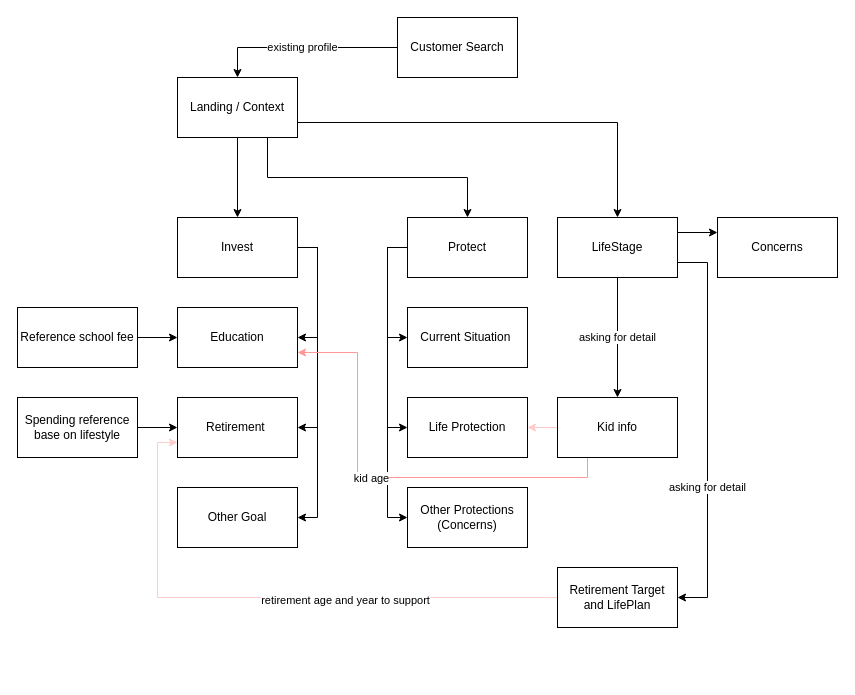
This is ai2.drawio from asahpchoi/a, a draw.io file, before an edit. Source tidied: cells renumbered, new cells numbered last; positions are measured from the earlier drawing's top-left corner, leaving out a move shared by most shapes. Both pictures are drawn from the tidied source at 100%, with x=0, y=0 at pixel (17, 17).
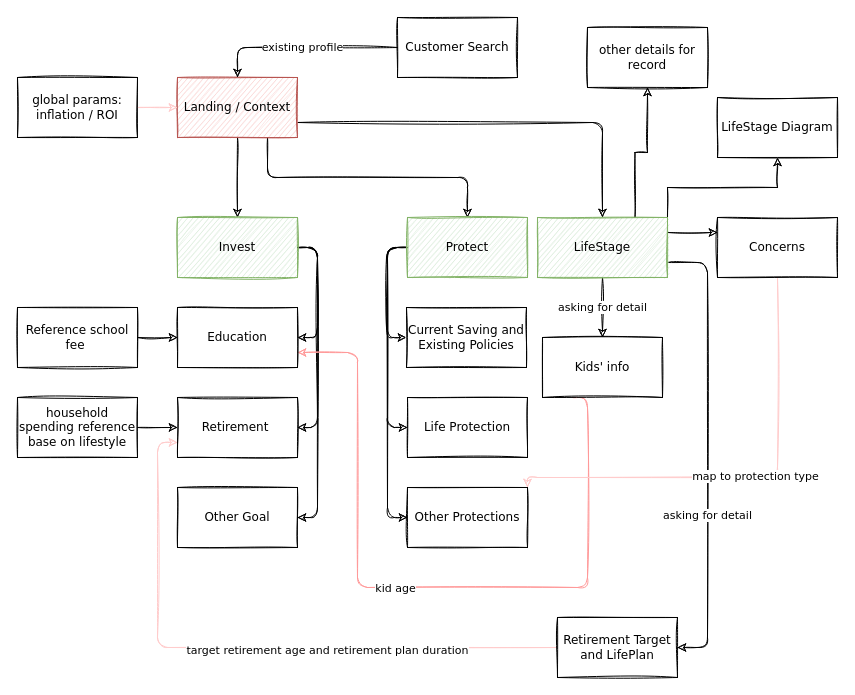
After the change.

What changed in the source:
```diff
@@
-    <mxCell id="2" style="edgeStyle=orthogonalEdgeStyle;rounded=0;jettySize=auto;html=1;exitX=0.5;exitY=1;exitDx=0;exitDy=0;entryX=0.5;entryY=0;entryDx=0;entryDy=0;" parent="1" edge="1" source="5" target="9">
+    <mxCell id="2" style="edgeStyle=orthogonalEdgeStyle;jettySize=auto;html=1;exitX=0.5;exitY=1;exitDx=0;exitDy=0;entryX=0.5;entryY=0;entryDx=0;entryDy=0;sketch=1;fontFamily=Verdana;" parent="1" edge="1" source="5" target="9">
       <mxGeometry relative="1" as="geometry" />
     </mxCell>
-    <mxCell id="3" style="edgeStyle=orthogonalEdgeStyle;rounded=0;jettySize=auto;html=1;exitX=0.75;exitY=1;exitDx=0;exitDy=0;" parent="1" edge="1" source="5" target="15">
+    <mxCell id="3" style="edgeStyle=orthogonalEdgeStyle;jettySize=auto;html=1;exitX=0.75;exitY=1;exitDx=0;exitDy=0;sketch=1;fontFamily=Verdana;" parent="1" edge="1" source="5" target="15">
       <mxGeometry relative="1" as="geometry" />
     </mxCell>
-    <mxCell id="4" style="edgeStyle=orthogonalEdgeStyle;rounded=0;jettySize=auto;html=1;exitX=1;exitY=0.75;exitDx=0;exitDy=0;entryX=0.5;entryY=0;entryDx=0;entryDy=0;" parent="1" edge="1" source="5" target="19">
+    <mxCell id="4" style="edgeStyle=orthogonalEdgeStyle;jettySize=auto;html=1;exitX=1;exitY=0.75;exitDx=0;exitDy=0;entryX=0.5;entryY=0;entryDx=0;entryDy=0;sketch=1;fontFamily=Verdana;" parent="1" edge="1" source="5" target="19">
       <mxGeometry relative="1" as="geometry" />
     </mxCell>
-    <mxCell id="5" value="Landing / Context" style="rounded=0;whiteSpace=wrap;html=1;" parent="1" vertex="1">
+    <mxCell id="5" value="Landing / Context" style="whiteSpace=wrap;html=1;sketch=1;fontFamily=Verdana;fillColor=#f8cecc;strokeColor=#b85450;" parent="1" vertex="1">
       <mxGeometry x="160" y="60" width="120" height="60" as="geometry" />
     </mxCell>
-    <mxCell id="6" style="edgeStyle=orthogonalEdgeStyle;rounded=0;jettySize=auto;html=1;exitX=1;exitY=0.5;exitDx=0;exitDy=0;entryX=1;entryY=0.5;entryDx=0;entryDy=0;" parent="1" edge="1" source="9" target="28">
+    <mxCell id="6" style="edgeStyle=orthogonalEdgeStyle;jettySize=auto;html=1;exitX=1;exitY=0.5;exitDx=0;exitDy=0;entryX=1;entryY=0.5;entryDx=0;entryDy=0;sketch=1;fontFamily=Verdana;" parent="1" edge="1" source="9" target="28">
       <mxGeometry relative="1" as="geometry" />
     </mxCell>
-    <mxCell id="7" style="edgeStyle=orthogonalEdgeStyle;rounded=0;jettySize=auto;html=1;exitX=1;exitY=0.5;exitDx=0;exitDy=0;entryX=1;entryY=0.5;entryDx=0;entryDy=0;" parent="1" edge="1" source="9" target="29">
+    <mxCell id="7" style="edgeStyle=orthogonalEdgeStyle;jettySize=auto;html=1;exitX=1;exitY=0.5;exitDx=0;exitDy=0;entryX=1;entryY=0.5;entryDx=0;entryDy=0;sketch=1;fontFamily=Verdana;" parent="1" edge="1" source="9" target="29">
       <mxGeometry relative="1" as="geometry" />
     </mxCell>
-    <mxCell id="8" style="edgeStyle=orthogonalEdgeStyle;rounded=0;jettySize=auto;html=1;exitX=1;exitY=0.5;exitDx=0;exitDy=0;entryX=1;entryY=0.5;entryDx=0;entryDy=0;" parent="1" edge="1" source="9" target="30">
+    <mxCell id="8" style="edgeStyle=orthogonalEdgeStyle;jettySize=auto;html=1;exitX=1;exitY=0.5;exitDx=0;exitDy=0;entryX=1;entryY=0.5;entryDx=0;entryDy=0;sketch=1;fontFamily=Verdana;" parent="1" edge="1" source="9" target="30">
       <mxGeometry relative="1" as="geometry" />
     </mxCell>
-    <mxCell id="9" value="Invest" style="rounded=0;whiteSpace=wrap;html=1;" parent="1" vertex="1">
+    <mxCell id="9" value="Invest" style="whiteSpace=wrap;html=1;sketch=1;fontFamily=Verdana;fillColor=#d5e8d4;strokeColor=#82b366;" parent="1" vertex="1">
       <mxGeometry x="160" y="200" width="120" height="60" as="geometry" />
     </mxCell>
-    <mxCell id="10" value="existing profile" style="edgeStyle=orthogonalEdgeStyle;rounded=0;jettySize=auto;html=1;exitX=0;exitY=0.5;exitDx=0;exitDy=0;entryX=0.5;entryY=0;entryDx=0;entryDy=0;" parent="1" edge="1" source="11" target="5">
+    <mxCell id="10" value="existing profile" style="edgeStyle=orthogonalEdgeStyle;jettySize=auto;html=1;exitX=0;exitY=0.5;exitDx=0;exitDy=0;entryX=0.5;entryY=0;entryDx=0;entryDy=0;sketch=1;fontFamily=Verdana;" parent="1" edge="1" source="11" target="5">
       <mxGeometry relative="1" as="geometry">
         <Array as="points">
           <mxPoint x="220" y="30" />
         </Array>
       </mxGeometry>
     </mxCell>
-    <mxCell id="11" value="Customer Search" style="rounded=0;whiteSpace=wrap;html=1;" parent="1" vertex="1">
+    <mxCell id="11" value="Customer Search" style="whiteSpace=wrap;html=1;sketch=1;fontFamily=Verdana;" parent="1" vertex="1">
       <mxGeometry x="380" width="120" height="60" as="geometry" />
     </mxCell>
-    <mxCell id="12" style="edgeStyle=orthogonalEdgeStyle;rounded=0;jettySize=auto;html=1;exitX=0;exitY=0.5;exitDx=0;exitDy=0;entryX=0;entryY=0.5;entryDx=0;entryDy=0;" parent="1" edge="1" source="15" target="25">
+    <mxCell id="12" style="edgeStyle=orthogonalEdgeStyle;jettySize=auto;html=1;exitX=0;exitY=0.5;exitDx=0;exitDy=0;entryX=0;entryY=0.5;entryDx=0;entryDy=0;sketch=1;fontFamily=Verdana;" parent="1" edge="1" source="15" target="25">
       <mxGeometry relative="1" as="geometry" />
     </mxCell>
-    <mxCell id="13" style="edgeStyle=orthogonalEdgeStyle;rounded=0;jettySize=auto;html=1;exitX=0;exitY=0.5;exitDx=0;exitDy=0;entryX=0;entryY=0.5;entryDx=0;entryDy=0;" parent="1" edge="1" source="15" target="26">
+    <mxCell id="13" style="edgeStyle=orthogonalEdgeStyle;jettySize=auto;html=1;exitX=0;exitY=0.5;exitDx=0;exitDy=0;entryX=0;entryY=0.5;entryDx=0;entryDy=0;sketch=1;fontFamily=Verdana;" parent="1" edge="1" source="15" target="26">
       <mxGeometry relative="1" as="geometry" />
     </mxCell>
-    <mxCell id="14" style="edgeStyle=orthogonalEdgeStyle;rounded=0;jettySize=auto;html=1;exitX=0;exitY=0.5;exitDx=0;exitDy=0;entryX=0;entryY=0.5;entryDx=0;entryDy=0;" parent="1" edge="1" source="15" target="27">
+    <mxCell id="14" style="edgeStyle=orthogonalEdgeStyle;jettySize=auto;html=1;exitX=0;exitY=0.5;exitDx=0;exitDy=0;entryX=0;entryY=0.5;entryDx=0;entryDy=0;sketch=1;fontFamily=Verdana;" parent="1" edge="1" source="15" target="27">
       <mxGeometry relative="1" as="geometry" />
     </mxCell>
-    <mxCell id="15" value="Protect" style="rounded=0;whiteSpace=wrap;html=1;" parent="1" vertex="1">
+    <mxCell id="15" value="Protect" style="whiteSpace=wrap;html=1;sketch=1;fontFamily=Verdana;fillColor=#d5e8d4;strokeColor=#82b366;" parent="1" vertex="1">
       <mxGeometry x="390" y="200" width="120" height="60" as="geometry" />
     </mxCell>
-    <mxCell id="16" style="edgeStyle=orthogonalEdgeStyle;rounded=0;jettySize=auto;html=1;exitX=1;exitY=0.25;exitDx=0;exitDy=0;entryX=0;entryY=0.25;entryDx=0;entryDy=0;" parent="1" edge="1" source="19" target="24">
+    <mxCell id="16" style="edgeStyle=orthogonalEdgeStyle;jettySize=auto;html=1;exitX=1;exitY=0.25;exitDx=0;exitDy=0;entryX=0;entryY=0.25;entryDx=0;entryDy=0;sketch=1;fontFamily=Verdana;" parent="1" edge="1" source="19" target="24">
       <mxGeometry relative="1" as="geometry" />
     </mxCell>
-    <mxCell id="17" value="asking for detail" style="edgeStyle=orthogonalEdgeStyle;rounded=0;jettySize=auto;html=1;exitX=0.5;exitY=1;exitDx=0;exitDy=0;" parent="1" edge="1" source="19" target="23">
+    <mxCell id="17" value="asking for detail" style="edgeStyle=orthogonalEdgeStyle;jettySize=auto;html=1;exitX=0.5;exitY=1;exitDx=0;exitDy=0;sketch=1;fontFamily=Verdana;" parent="1" edge="1" source="19" target="23">
       <mxGeometry relative="1" as="geometry" />
     </mxCell>
-    <mxCell id="18" value="asking for detail" style="edgeStyle=orthogonalEdgeStyle;rounded=0;jettySize=auto;html=1;exitX=1;exitY=0.75;exitDx=0;exitDy=0;entryX=1;entryY=0.5;entryDx=0;entryDy=0;" parent="1" edge="1" source="19" target="37">
+    <mxCell id="18" value="asking for detail" style="edgeStyle=orthogonalEdgeStyle;jettySize=auto;html=1;exitX=1;exitY=0.75;exitDx=0;exitDy=0;entryX=1;entryY=0.5;entryDx=0;entryDy=0;sketch=1;fontFamily=Verdana;" parent="1" edge="1" source="19" target="37">
       <mxGeometry x="0.29" relative="1" as="geometry">
         <Array as="points">
           <mxPoint x="690" y="245" />
-          <mxPoint x="690" y="580" />
+          <mxPoint x="690" y="630" />
         </Array>
       </mxGeometry>
     </mxCell>
+    <mxCell id="38" style="edgeStyle=orthogonalEdgeStyle;rounded=0;sketch=1;jettySize=auto;html=1;exitX=0.75;exitY=0;exitDx=0;exitDy=0;entryX=0.5;entryY=1;entryDx=0;entryDy=0;strokeColor=#000000;fillColor=#FFCCCC;fontFamily=Verdana;" parent="1" edge="1" source="19" target="44">
+      <mxGeometry relative="1" as="geometry" />
+    </mxCell>
+    <mxCell id="39" style="edgeStyle=orthogonalEdgeStyle;rounded=0;sketch=1;jettySize=auto;html=1;exitX=1;exitY=0;exitDx=0;exitDy=0;entryX=0.5;entryY=1;entryDx=0;entryDy=0;strokeColor=#000000;fillColor=#FFCCCC;fontFamily=Verdana;" parent="1" edge="1" source="19" target="45">
+      <mxGeometry relative="1" as="geometry" />
+    </mxCell>
-    <mxCell id="19" value="LifeStage" style="rounded=0;whiteSpace=wrap;html=1;" parent="1" vertex="1">
-      <mxGeometry x="540" y="200" width="120" height="60" as="geometry" />
+    <mxCell id="19" value="LifeStage" style="whiteSpace=wrap;html=1;sketch=1;fontFamily=Verdana;fillColor=#d5e8d4;strokeColor=#82b366;" parent="1" vertex="1">
+      <mxGeometry x="520" y="200" width="130" height="60" as="geometry" />
     </mxCell>
-    <mxCell id="20" style="edgeStyle=orthogonalEdgeStyle;rounded=0;jettySize=auto;html=1;entryX=1;entryY=0.5;entryDx=0;entryDy=0;fillColor=#FFCCCC;strokeColor=#FFCCCC;" parent="1" edge="1" source="23" target="26">
-      <mxGeometry relative="1" as="geometry" />
-    </mxCell>
-    <mxCell id="21" style="edgeStyle=orthogonalEdgeStyle;rounded=0;jettySize=auto;html=1;exitX=0.25;exitY=1;exitDx=0;exitDy=0;entryX=1;entryY=0.75;entryDx=0;entryDy=0;strokeColor=#FF9999;" parent="1" edge="1" source="23" target="28">
+    <mxCell id="21" style="edgeStyle=orthogonalEdgeStyle;jettySize=auto;html=1;exitX=0.25;exitY=1;exitDx=0;exitDy=0;entryX=1;entryY=0.75;entryDx=0;entryDy=0;strokeColor=#FF9999;sketch=1;fontFamily=Verdana;" parent="1" edge="1" source="23" target="28">
       <mxGeometry relative="1" as="geometry">
         <Array as="points">
-          <mxPoint x="570" y="460" />
-          <mxPoint x="340" y="460" />
+          <mxPoint x="570" y="570" />
+          <mxPoint x="340" y="570" />
           <mxPoint x="340" y="335" />
         </Array>
       </mxGeometry>
     </mxCell>
-    <mxCell id="22" value="kid age" style="edgeLabel;html=1;align=center;verticalAlign=middle;" parent="21" vertex="1">
+    <mxCell id="22" value="kid age" style="edgeLabel;html=1;align=center;verticalAlign=middle;sketch=1;fontFamily=Verdana;" parent="21" vertex="1">
       <mxGeometry x="0.09" relative="1" as="geometry" />
     </mxCell>
-    <mxCell id="23" value="Kid info" style="rounded=0;whiteSpace=wrap;html=1;" parent="1" vertex="1">
-      <mxGeometry x="540" y="380" width="120" height="60" as="geometry" />
+    <mxCell id="23" value="Kids' info" style="whiteSpace=wrap;html=1;sketch=1;fontFamily=Verdana;" parent="1" vertex="1">
+      <mxGeometry x="525" y="320" width="120" height="60" as="geometry" />
     </mxCell>
+    <mxCell id="40" style="edgeStyle=orthogonalEdgeStyle;jettySize=auto;html=1;exitX=0.5;exitY=1;exitDx=0;exitDy=0;entryX=1;entryY=0;entryDx=0;entryDy=0;fillColor=#FFCCCC;strokeColor=#FFCCCC;sketch=1;fontFamily=Verdana;" parent="1" edge="1" source="24" target="27">
+      <mxGeometry relative="1" as="geometry">
+        <Array as="points">
+          <mxPoint x="760" y="460" />
+          <mxPoint x="510" y="460" />
+        </Array>
+      </mxGeometry>
+    </mxCell>
+    <mxCell id="41" value="map to protection type" style="edgeLabel;html=1;align=center;verticalAlign=middle;sketch=1;fontFamily=Verdana;" parent="40" vertex="1">
+      <mxGeometry x="-0.03" y="-2" relative="1" as="geometry" />
+    </mxCell>
-    <mxCell id="24" value="Concerns" style="rounded=0;whiteSpace=wrap;html=1;" parent="1" vertex="1">
+    <mxCell id="24" value="Concerns" style="whiteSpace=wrap;html=1;sketch=1;fontFamily=Verdana;" parent="1" vertex="1">
       <mxGeometry x="700" y="200" width="120" height="60" as="geometry" />
     </mxCell>
-    <mxCell id="25" value="Current Situation&amp;nbsp;" style="rounded=0;whiteSpace=wrap;html=1;" parent="1" vertex="1">
-      <mxGeometry x="390" y="290" width="120" height="60" as="geometry" />
+    <mxCell id="25" value="Current Saving and Existing Policies" style="whiteSpace=wrap;html=1;sketch=1;fontFamily=Verdana;" parent="1" vertex="1">
+      <mxGeometry x="389" y="290" width="120" height="60" as="geometry" />
     </mxCell>
-    <mxCell id="26" value="Life Protection" style="rounded=0;whiteSpace=wrap;html=1;" parent="1" vertex="1">
+    <mxCell id="26" value="Life Protection" style="whiteSpace=wrap;html=1;sketch=1;fontFamily=Verdana;" parent="1" vertex="1">
       <mxGeometry x="390" y="380" width="120" height="60" as="geometry" />
     </mxCell>
-    <mxCell id="27" value="Other Protections (Concerns)" style="rounded=0;whiteSpace=wrap;html=1;" parent="1" vertex="1">
+    <mxCell id="27" value="Other Protections" style="whiteSpace=wrap;html=1;sketch=1;fontFamily=Verdana;" parent="1" vertex="1">
       <mxGeometry x="390" y="470" width="120" height="60" as="geometry" />
     </mxCell>
-    <mxCell id="28" value="Education" style="rounded=0;whiteSpace=wrap;html=1;" parent="1" vertex="1">
+    <mxCell id="28" value="Education" style="whiteSpace=wrap;html=1;sketch=1;fontFamily=Verdana;" parent="1" vertex="1">
       <mxGeometry x="160" y="290" width="120" height="60" as="geometry" />
     </mxCell>
-    <mxCell id="29" value="Retirement&amp;nbsp;" style="rounded=0;whiteSpace=wrap;html=1;" parent="1" vertex="1">
+    <mxCell id="29" value="Retirement&amp;nbsp;" style="whiteSpace=wrap;html=1;sketch=1;fontFamily=Verdana;" parent="1" vertex="1">
       <mxGeometry x="160" y="380" width="120" height="60" as="geometry" />
     </mxCell>
-    <mxCell id="30" value="Other Goal" style="rounded=0;whiteSpace=wrap;html=1;" parent="1" vertex="1">
+    <mxCell id="30" value="Other Goal" style="whiteSpace=wrap;html=1;sketch=1;fontFamily=Verdana;" parent="1" vertex="1">
       <mxGeometry x="160" y="470" width="120" height="60" as="geometry" />
     </mxCell>
-    <mxCell id="31" style="edgeStyle=orthogonalEdgeStyle;rounded=0;jettySize=auto;html=1;exitX=1;exitY=0.5;exitDx=0;exitDy=0;entryX=0;entryY=0.5;entryDx=0;entryDy=0;" parent="1" edge="1" source="32" target="28">
+    <mxCell id="31" style="edgeStyle=orthogonalEdgeStyle;jettySize=auto;html=1;exitX=1;exitY=0.5;exitDx=0;exitDy=0;entryX=0;entryY=0.5;entryDx=0;entryDy=0;sketch=1;fontFamily=Verdana;" parent="1" edge="1" source="32" target="28">
       <mxGeometry relative="1" as="geometry" />
     </mxCell>
-    <mxCell id="32" value="Reference school fee" style="rounded=0;whiteSpace=wrap;html=1;" parent="1" vertex="1">
+    <mxCell id="32" value="Reference school fee&amp;nbsp;" style="whiteSpace=wrap;html=1;sketch=1;fontFamily=Verdana;" parent="1" vertex="1">
       <mxGeometry y="290" width="120" height="60" as="geometry" />
     </mxCell>
-    <mxCell id="33" style="edgeStyle=orthogonalEdgeStyle;rounded=0;jettySize=auto;html=1;exitX=1;exitY=0.5;exitDx=0;exitDy=0;entryX=0;entryY=0.5;entryDx=0;entryDy=0;" parent="1" edge="1" source="34" target="29">
+    <mxCell id="33" style="edgeStyle=orthogonalEdgeStyle;jettySize=auto;html=1;exitX=1;exitY=0.5;exitDx=0;exitDy=0;entryX=0;entryY=0.5;entryDx=0;entryDy=0;sketch=1;fontFamily=Verdana;" parent="1" edge="1" source="34" target="29">
       <mxGeometry relative="1" as="geometry" />
     </mxCell>
-    <mxCell id="34" value="Spending reference base on lifestyle" style="rounded=0;whiteSpace=wrap;html=1;" parent="1" vertex="1">
+    <mxCell id="34" value="household spending reference base on lifestyle" style="whiteSpace=wrap;html=1;sketch=1;fontFamily=Verdana;" parent="1" vertex="1">
       <mxGeometry y="380" width="120" height="60" as="geometry" />
     </mxCell>
-    <mxCell id="35" style="edgeStyle=orthogonalEdgeStyle;rounded=0;jettySize=auto;html=1;exitX=0;exitY=0.5;exitDx=0;exitDy=0;entryX=0;entryY=0.75;entryDx=0;entryDy=0;fillColor=#FFCC99;strokeColor=#FFCCCC;" parent="1" edge="1" source="37" target="29">
+    <mxCell id="35" style="edgeStyle=orthogonalEdgeStyle;jettySize=auto;html=1;exitX=0;exitY=0.5;exitDx=0;exitDy=0;entryX=0;entryY=0.75;entryDx=0;entryDy=0;fillColor=#FFCC99;strokeColor=#FFCCCC;sketch=1;fontFamily=Verdana;" parent="1" edge="1" source="37" target="29">
       <mxGeometry relative="1" as="geometry" />
     </mxCell>
-    <mxCell id="36" value="retirement age and year to support" style="edgeLabel;html=1;align=center;verticalAlign=middle;" parent="35" vertex="1">
+    <mxCell id="36" value="target retirement age and retirement plan duration" style="edgeLabel;html=1;align=center;verticalAlign=middle;sketch=1;fontFamily=Verdana;" parent="35" vertex="1">
       <mxGeometry x="-0.26" y="2" relative="1" as="geometry" />
     </mxCell>
-    <mxCell id="37" value="Retirement Target and LifePlan" style="rounded=0;whiteSpace=wrap;html=1;" parent="1" vertex="1">
-      <mxGeometry x="540" y="550" width="120" height="60" as="geometry" />
+    <mxCell id="37" value="Retirement Target and LifePlan" style="whiteSpace=wrap;html=1;sketch=1;fontFamily=Verdana;" parent="1" vertex="1">
+      <mxGeometry x="540" y="600" width="120" height="60" as="geometry" />
     </mxCell>
+    <mxCell id="42" style="edgeStyle=orthogonalEdgeStyle;jettySize=auto;html=1;exitX=1;exitY=0.5;exitDx=0;exitDy=0;strokeColor=#FFCCCC;fillColor=#FFCCCC;sketch=1;fontFamily=Verdana;" parent="1" edge="1" source="43" target="5">
+      <mxGeometry relative="1" as="geometry" />
+    </mxCell>
+    <mxCell id="43" value="global params: inflation / ROI" style="whiteSpace=wrap;html=1;sketch=1;fontFamily=Verdana;" parent="1" vertex="1">
+      <mxGeometry y="60" width="120" height="60" as="geometry" />
+    </mxCell>
+    <mxCell id="44" value="other details for record" style="rounded=0;whiteSpace=wrap;html=1;sketch=1;fontFamily=Verdana;" parent="1" vertex="1">
+      <mxGeometry x="570" y="10" width="120" height="60" as="geometry" />
+    </mxCell>
+    <mxCell id="45" value="LifeStage Diagram" style="rounded=0;whiteSpace=wrap;html=1;sketch=1;fontFamily=Verdana;" parent="1" vertex="1">
+      <mxGeometry x="700" y="80" width="120" height="60" as="geometry" />
+    </mxCell>
```
